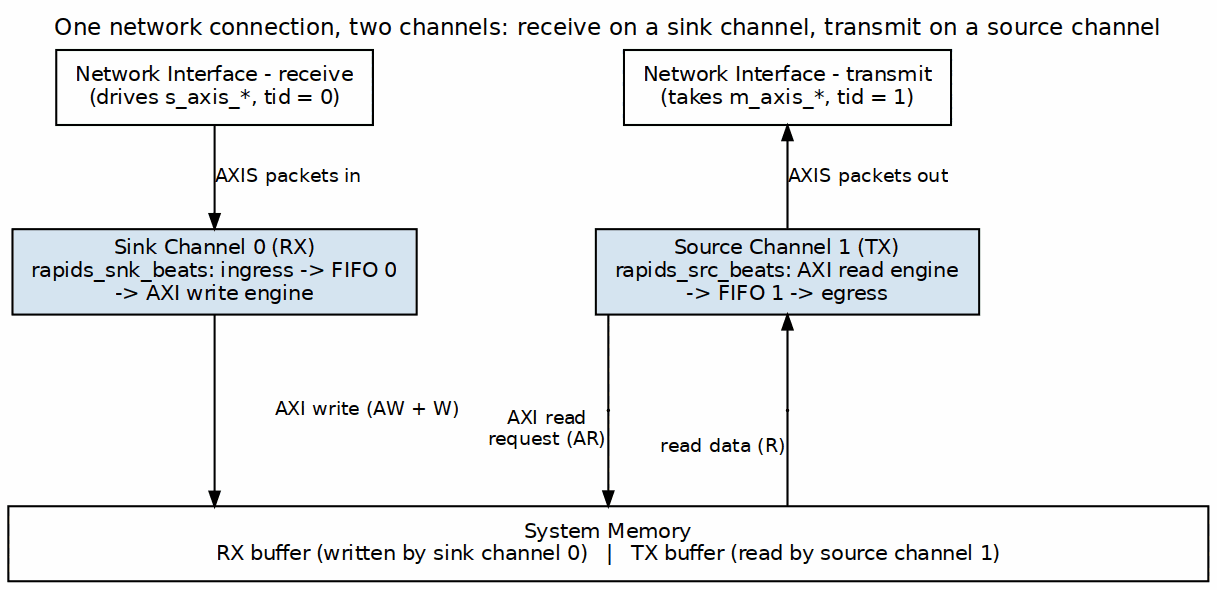
This is projects/components/dma-ip/rapids/docs/rapids_beats_has/assets/graphviz/ch04_bidirectional.png from sean-galloway/RTLDesignSherpa, a Graphviz export, as it was before one commit. Its source is kept beside it as projects/components/dma-ip/rapids/docs/rapids_beats_has/assets/graphviz/ch04_bidirectional.dot. Its diagram source:
```dot
digraph rapids_beats_bidirectional {
    graph [rankdir=TB, bgcolor="white", fontname="Helvetica", fontsize=11,
           nodesep="0.60", ranksep="0.55", splines=ortho,
           label="One network connection, two channels: receive on a sink channel, transmit on a source channel",
           labelloc=t, labeljust=c];
    node  [fontname="Helvetica", fontsize=10, shape=box, style=filled,
           fillcolor="#D6E4F0", color="black", margin="0.12,0.06"];
    edge  [fontname="Helvetica", fontsize=9, color="black", arrowsize=0.7];

    nic_rx [label="Network Interface - receive\n(drives s_axis_*, tid = 0)", fillcolor="white"];
    nic_tx [label="Network Interface - transmit\n(takes m_axis_*, tid = 1)", fillcolor="white"];
    snk [label="Sink Channel 0 (RX)\nrapids_snk_beats: ingress -> FIFO 0\n-> AXI write engine"];
    src [label="Source Channel 1 (TX)\nrapids_src_beats: AXI read engine\n-> FIFO 1 -> egress"];
    mem [label="System Memory\nRX buffer (written by sink channel 0)   |   TX buffer (read by source channel 1)", fillcolor="white", width=8.0];

    nic_rx -> snk [label="AXIS packets in"];
    snk -> mem [label="AXI write (AW + W)"];
    nic_tx -> src [dir=back, label="AXIS packets out"];
    p_ar [shape=point, width=0.01];
    p_r  [shape=point, width=0.01];
    { rank=same; p_ar; p_r; }
    p_ar -> p_r [style=invis];
    src -> p_ar [arrowhead=none, headclip=false];
    p_ar -> mem [xlabel="AXI read\nrequest (AR)", tailclip=false];
    src -> p_r  [dir=back, headclip=false];
    p_r -> mem  [dir=none, xlabel="read data (R)", tailclip=false];

    { rank=same; nic_rx; nic_tx; }
    { rank=same; snk; src; }
    snk -> src [style=invis];
}
```
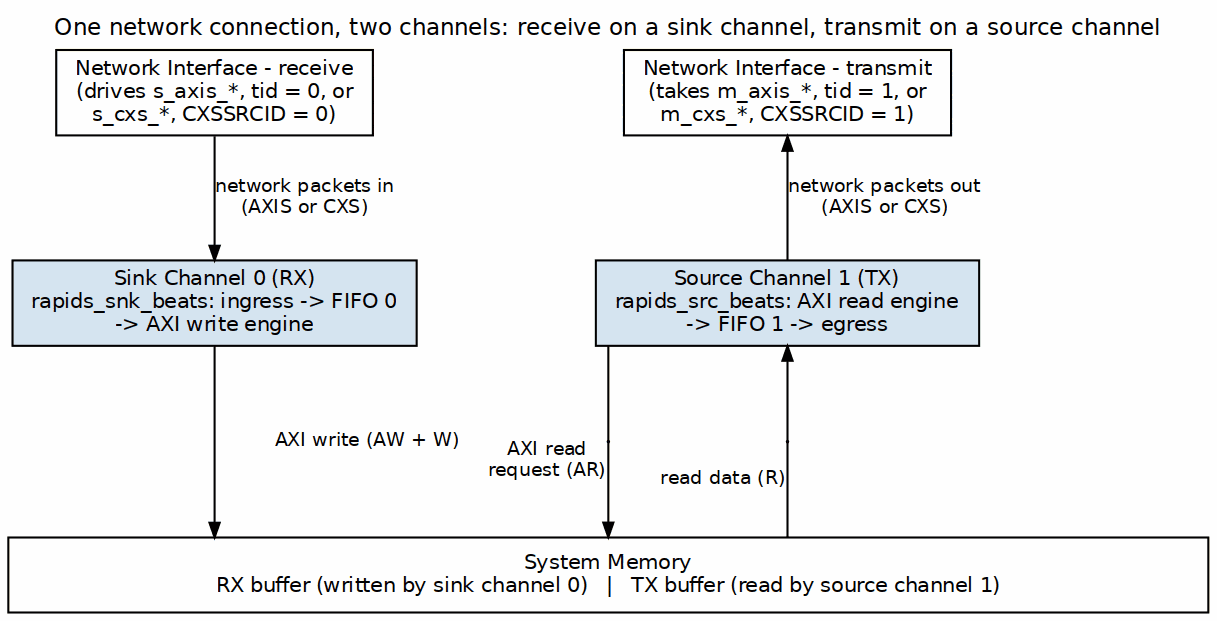
The same diagram one commit later.

Diff of the diagram source:
```diff
@@ -7,15 +7,15 @@
            fillcolor="#D6E4F0", color="black", margin="0.12,0.06"];
     edge  [fontname="Helvetica", fontsize=9, color="black", arrowsize=0.7];
 
-    nic_rx [label="Network Interface - receive\n(drives s_axis_*, tid = 0)", fillcolor="white"];
-    nic_tx [label="Network Interface - transmit\n(takes m_axis_*, tid = 1)", fillcolor="white"];
+    nic_rx [label="Network Interface - receive\n(drives s_axis_*, tid = 0, or\ns_cxs_*, CXSSRCID = 0)", fillcolor="white"];
+    nic_tx [label="Network Interface - transmit\n(takes m_axis_*, tid = 1, or\nm_cxs_*, CXSSRCID = 1)", fillcolor="white"];
     snk [label="Sink Channel 0 (RX)\nrapids_snk_beats: ingress -> FIFO 0\n-> AXI write engine"];
     src [label="Source Channel 1 (TX)\nrapids_src_beats: AXI read engine\n-> FIFO 1 -> egress"];
     mem [label="System Memory\nRX buffer (written by sink channel 0)   |   TX buffer (read by source channel 1)", fillcolor="white", width=8.0];
 
-    nic_rx -> snk [label="AXIS packets in"];
+    nic_rx -> snk [label="network packets in\n(AXIS or CXS)"];
     snk -> mem [label="AXI write (AW + W)"];
-    nic_tx -> src [dir=back, label="AXIS packets out"];
+    nic_tx -> src [dir=back, label="network packets out\n(AXIS or CXS)"];
     p_ar [shape=point, width=0.01];
     p_r  [shape=point, width=0.01];
     { rank=same; p_ar; p_r; }
```
